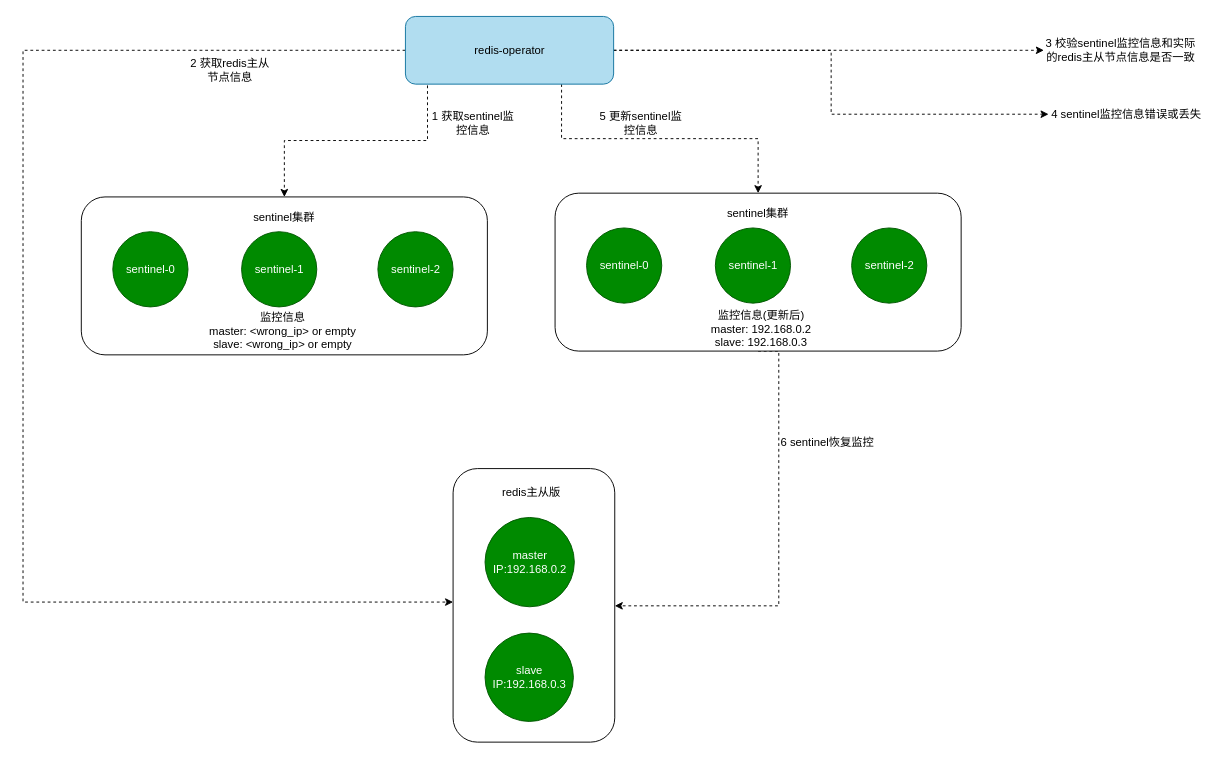
Earlier version of the draw.io diagram diagrams/redis哨兵监控信息错误或丢失.drawio (fengyinqiao/cloudimg). Source tidied: cells renumbered, new cells numbered last; positions are measured from the earlier drawing's top-left corner, leaving out a move shared by most shapes. Both pictures are drawn from the tidied source at 94%, with x=0, y=0 at pixel (23, 16).
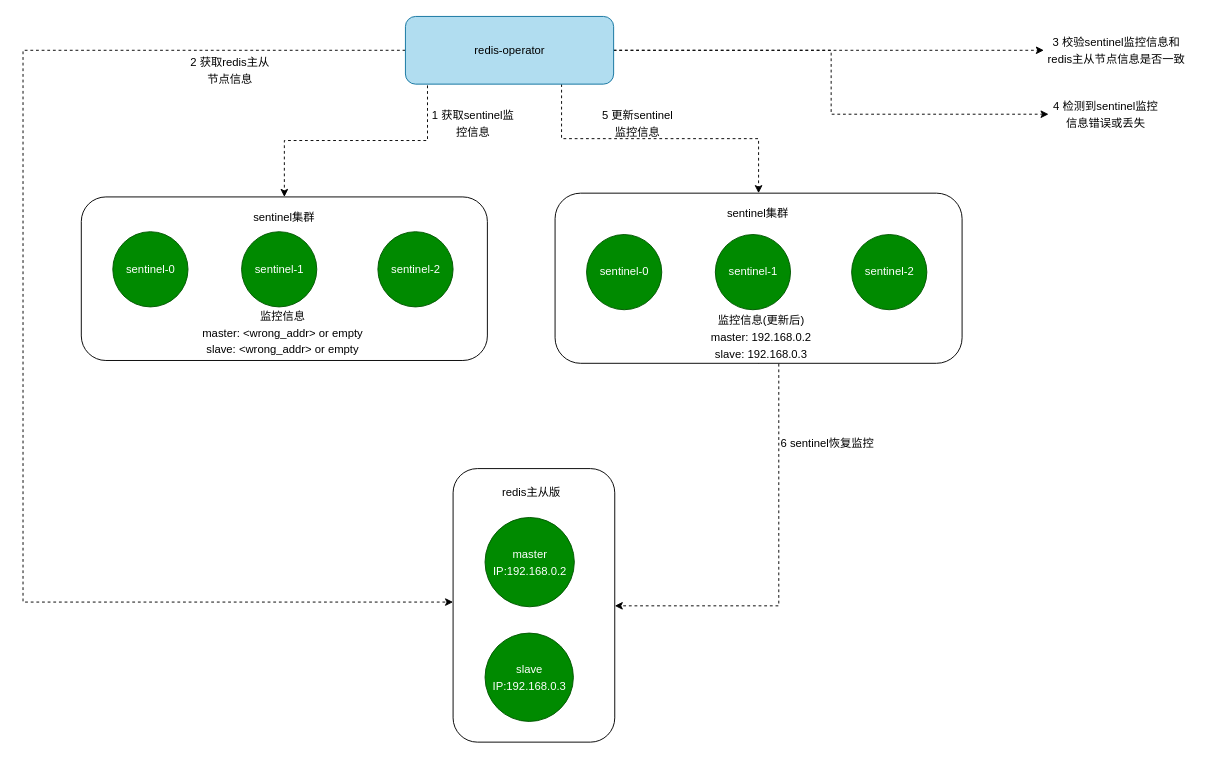
After the change.

Commit message:
更新redis哨兵监控信息错误或丢失.drawio

Diff of the diagram source:
```diff
@@
     <mxCell id="3" style="rounded=1;whiteSpace=wrap;html=1;" parent="1" vertex="1">
-      <mxGeometry x="62" y="192" width="432" height="168" as="geometry" />
+      <mxGeometry x="62" y="192" width="432" height="174" as="geometry" />
     </mxCell>
@@
-    <mxCell id="8" value="master&lt;br&gt;IP:192.168.0.2" style="ellipse;whiteSpace=wrap;html=1;fillColor=#008a00;fontColor=#ffffff;strokeColor=#005700;" parent="1" vertex="1">
+    <mxCell id="8" value="&lt;p style=&quot;line-height: 150%;&quot;&gt;master&lt;br&gt;IP:192.168.0.2&lt;/p&gt;" style="ellipse;whiteSpace=wrap;html=1;fillColor=#008a00;fontColor=#ffffff;strokeColor=#005700;" parent="1" vertex="1">
       <mxGeometry x="491.5" y="533" width="95" height="95" as="geometry" />
     </mxCell>
-    <mxCell id="9" value="slave&lt;br&gt;IP:192.168.0.3" style="ellipse;whiteSpace=wrap;html=1;fillColor=#008a00;fontColor=#ffffff;strokeColor=#005700;" parent="1" vertex="1">
+    <mxCell id="9" value="&lt;p style=&quot;line-height: 150%;&quot;&gt;slave&lt;br&gt;IP:192.168.0.3&lt;/p&gt;" style="ellipse;whiteSpace=wrap;html=1;fillColor=#008a00;fontColor=#ffffff;strokeColor=#005700;" parent="1" vertex="1">
       <mxGeometry x="491.5" y="656" width="94" height="94" as="geometry" />
     </mxCell>
@@
-    <mxCell id="17" value="1 获取sentinel监控信息" style="text;html=1;strokeColor=none;fillColor=none;align=center;verticalAlign=middle;whiteSpace=wrap;rounded=0;" parent="1" vertex="1">
+    <mxCell id="17" value="&lt;p style=&quot;line-height: 150%;&quot;&gt;1 获取sentinel监控信息&lt;/p&gt;" style="text;html=1;strokeColor=none;fillColor=none;align=center;verticalAlign=middle;whiteSpace=wrap;rounded=0;" parent="1" vertex="1">
       <mxGeometry x="433.5" y="99" width="90" height="30" as="geometry" />
     </mxCell>
-    <mxCell id="18" value="2 获取redis主从节点信息" style="text;html=1;strokeColor=none;fillColor=none;align=center;verticalAlign=middle;whiteSpace=wrap;rounded=0;" parent="1" vertex="1">
+    <mxCell id="18" value="&lt;p style=&quot;line-height: 150%;&quot;&gt;2 获取redis主从节点信息&lt;/p&gt;" style="text;html=1;strokeColor=none;fillColor=none;align=center;verticalAlign=middle;whiteSpace=wrap;rounded=0;" parent="1" vertex="1">
       <mxGeometry x="174" y="42" width="93" height="30" as="geometry" />
     </mxCell>
-    <mxCell id="19" value="3 校验sentinel监控信息和实际的redis主从节点信息是否一致" style="text;html=1;strokeColor=none;fillColor=none;align=center;verticalAlign=middle;whiteSpace=wrap;rounded=0;" parent="1" vertex="1">
-      <mxGeometry x="1086" y="21" width="164" height="30" as="geometry" />
+    <mxCell id="19" value="&lt;p style=&quot;line-height: 150%;&quot;&gt;3 校验sentinel监控信息和redis主从节点信息是否一致&lt;/p&gt;" style="text;html=1;strokeColor=none;fillColor=none;align=center;verticalAlign=middle;whiteSpace=wrap;rounded=0;" parent="1" vertex="1">
+      <mxGeometry x="1086" y="21" width="155" height="30" as="geometry" />
     </mxCell>
-    <mxCell id="20" value="4 sentinel监控信息错误或丢失" style="text;html=1;strokeColor=none;fillColor=none;align=center;verticalAlign=middle;whiteSpace=wrap;rounded=0;" parent="1" vertex="1">
-      <mxGeometry x="1091" y="89" width="166" height="30" as="geometry" />
+    <mxCell id="20" value="&lt;p style=&quot;line-height: 150%;&quot;&gt;4 检测到sentinel监控信息错误或丢失&lt;/p&gt;" style="text;html=1;strokeColor=none;fillColor=none;align=center;verticalAlign=middle;whiteSpace=wrap;rounded=0;" parent="1" vertex="1">
+      <mxGeometry x="1091" y="89" width="122" height="30" as="geometry" />
     </mxCell>
-    <mxCell id="21" value="5 更新sentinel监控信息" style="text;html=1;strokeColor=none;fillColor=none;align=center;verticalAlign=middle;whiteSpace=wrap;rounded=0;" parent="1" vertex="1">
-      <mxGeometry x="612" y="99" width="91" height="30" as="geometry" />
+    <mxCell id="21" value="&lt;p style=&quot;line-height: 150%;&quot;&gt;5 更新sentinel监控信息&lt;/p&gt;" style="text;html=1;strokeColor=none;fillColor=none;align=center;verticalAlign=middle;whiteSpace=wrap;rounded=0;" parent="1" vertex="1">
+      <mxGeometry x="612" y="99" width="84" height="30" as="geometry" />
     </mxCell>
-    <mxCell id="22" value="6 sentinel恢复监控" style="text;html=1;strokeColor=none;fillColor=none;align=center;verticalAlign=middle;whiteSpace=wrap;rounded=0;" parent="1" vertex="1">
+    <mxCell id="22" value="&lt;p style=&quot;line-height: 150%;&quot;&gt;6 sentinel恢复监控&lt;/p&gt;" style="text;html=1;strokeColor=none;fillColor=none;align=center;verticalAlign=middle;whiteSpace=wrap;rounded=0;" parent="1" vertex="1">
       <mxGeometry x="804" y="439" width="104" height="30" as="geometry" />
     </mxCell>
-    <mxCell id="23" value="&lt;br&gt;监控信息&lt;br&gt;master: &amp;lt;wrong_ip&amp;gt; or empty&lt;br&gt;slave: &amp;lt;wrong_ip&amp;gt; or empty" style="text;html=1;strokeColor=none;fillColor=none;align=center;verticalAlign=middle;whiteSpace=wrap;rounded=0;" parent="1" vertex="1">
+    <mxCell id="23" value="&lt;p style=&quot;line-height: 150%;&quot;&gt;&lt;br&gt;监控信息&lt;br&gt;master: &amp;lt;wrong_addr&amp;gt; or empty&lt;br&gt;slave: &amp;lt;wrong_addr&amp;gt; or empty&lt;/p&gt;" style="text;html=1;strokeColor=none;fillColor=none;align=center;verticalAlign=middle;whiteSpace=wrap;rounded=0;" parent="1" vertex="1">
       <mxGeometry x="182" y="312" width="189" height="30" as="geometry" />
     </mxCell>
@@
     <mxCell id="25" style="rounded=1;whiteSpace=wrap;html=1;" parent="1" vertex="1">
-      <mxGeometry x="566" y="188" width="432" height="168" as="geometry" />
+      <mxGeometry x="566" y="188" width="433" height="181" as="geometry" />
     </mxCell>
     <mxCell id="26" value="sentinel-0" style="ellipse;whiteSpace=wrap;html=1;fillColor=#008a00;fontColor=#ffffff;strokeColor=#005700;" parent="1" vertex="1">
-      <mxGeometry x="599.5" y="225" width="80" height="80" as="geometry" />
+      <mxGeometry x="599.5" y="232" width="80" height="80" as="geometry" />
     </mxCell>
     <mxCell id="27" value="sentinel-2" style="ellipse;whiteSpace=wrap;html=1;fillColor=#008a00;fontColor=#ffffff;strokeColor=#005700;" parent="1" vertex="1">
-      <mxGeometry x="881.5" y="225" width="80" height="80" as="geometry" />
+      <mxGeometry x="881.5" y="232" width="80" height="80" as="geometry" />
     </mxCell>
     <mxCell id="28" value="sentinel-1" style="ellipse;whiteSpace=wrap;html=1;fillColor=#008a00;fontColor=#ffffff;strokeColor=#005700;" parent="1" vertex="1">
-      <mxGeometry x="736.5" y="225" width="80" height="80" as="geometry" />
+      <mxGeometry x="736.5" y="232" width="80" height="80" as="geometry" />
     </mxCell>
@@
-    <mxCell id="30" value="&lt;br&gt;监控信息(更新后)&lt;br&gt;master: 192.168.0.2&lt;br&gt;slave: 192.168.0.3" style="text;html=1;strokeColor=none;fillColor=none;align=center;verticalAlign=middle;whiteSpace=wrap;rounded=0;" parent="1" vertex="1">
-      <mxGeometry x="725" y="312" width="120.5" height="26" as="geometry" />
+    <mxCell id="30" value="&lt;p style=&quot;line-height: 150%;&quot;&gt;&lt;br&gt;监控信息(更新后)&lt;br&gt;master: 192.168.0.2&lt;br&gt;slave: 192.168.0.3&lt;/p&gt;" style="text;html=1;strokeColor=none;fillColor=none;align=center;verticalAlign=middle;whiteSpace=wrap;rounded=0;" parent="1" vertex="1">
+      <mxGeometry x="725" y="319" width="120.5" height="26" as="geometry" />
     </mxCell>
```
